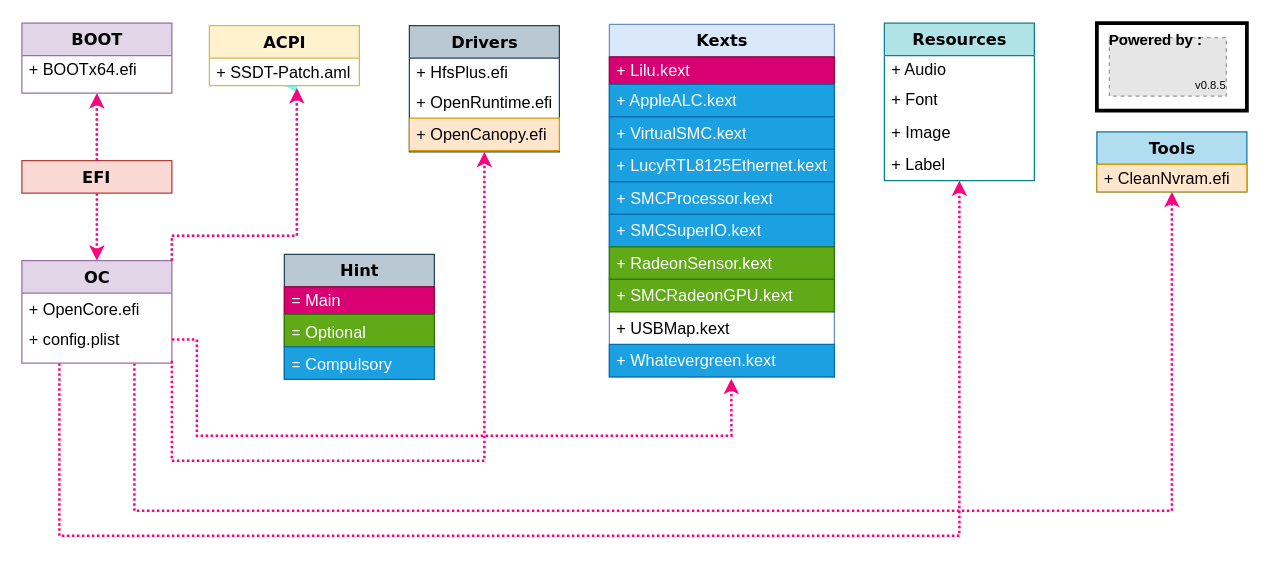
Earlier version of the draw.io diagram OpenCore.drawio (iamyounix/msimagb460_tomahawk). Source tidied: cells renumbered, new cells numbered last; positions are measured from the earlier drawing's top-left corner, leaving out a move shared by most shapes. Both pictures are drawn from the tidied source at 125%, with x=0, y=0 at pixel (21, 21). Pictures stored in the file or linked from it are replaced by grey dashed boxes.
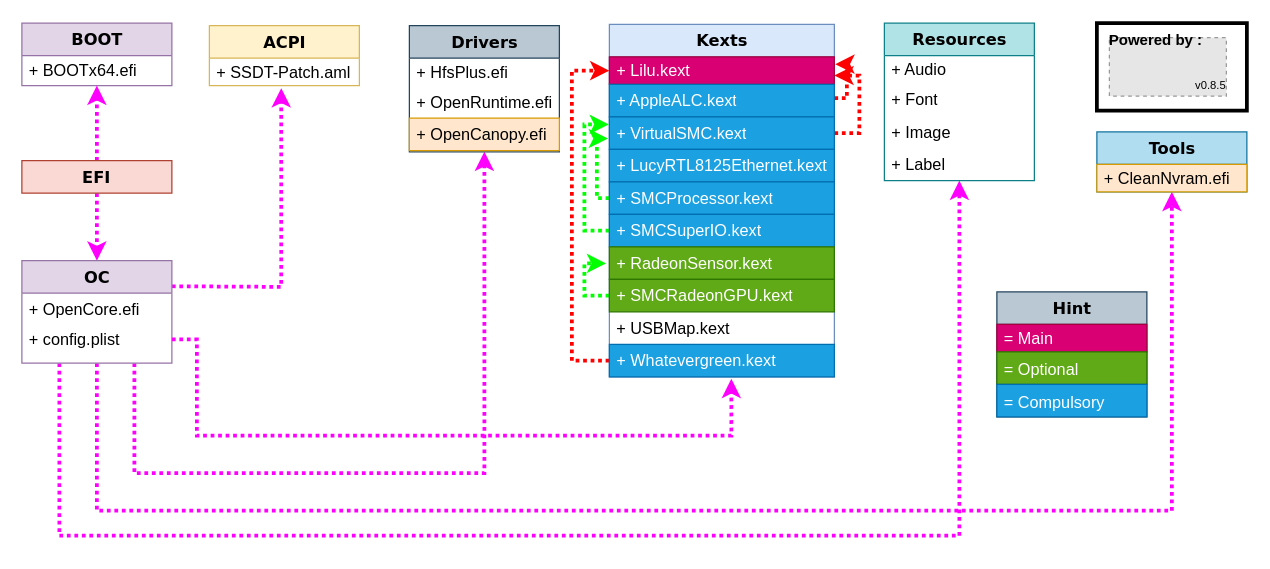
After the change.

Unchanged cells that the change refers to:
```xml
<mxCell id="8" value="OC" style="swimlane;html=1;fontStyle=1;align=center;verticalAlign=middle;horizontal=1;startSize=26;swimlaneFillColor=#ffffff;rounded=0;shadow=0;comic=0;labelBackgroundColor=none;strokeWidth=1;fillColor=#e1d5e7;fontFamily=Verdana;fontSize=13;strokeColor=#9673a6;" parent="1" vertex="1">
  <mxGeometry y="191" width="120" height="82" as="geometry" />
</mxCell>
<mxCell id="10" value="+ config.plist" style="text;html=1;strokeColor=none;fillColor=none;align=left;verticalAlign=middle;spacingLeft=4;spacingRight=4;whiteSpace=wrap;overflow=hidden;points=[[0,0.5],[1,0.5]];portConstraint=eastwest;fontSize=13;" parent="8" vertex="1">
  <mxGeometry y="52" width="120" height="22" as="geometry" />
</mxCell>
<mxCell id="13" value="&lt;span style=&quot;font-family: Verdana; font-weight: 700; font-size: 13px;&quot;&gt;EFI&lt;/span&gt;" style="rounded=0;whiteSpace=wrap;html=1;fillColor=#fad9d5;strokeColor=#ae4132;fontSize=13;verticalAlign=middle;" parent="1" vertex="1">
  <mxGeometry y="111" width="120" height="26" as="geometry" />
</mxCell>
<mxCell id="14" value="ACPI" style="swimlane;html=1;fontStyle=1;align=center;verticalAlign=middle;horizontal=1;startSize=26;swimlaneFillColor=#ffffff;rounded=0;shadow=0;comic=0;labelBackgroundColor=none;strokeWidth=1;fillColor=#fff2cc;fontFamily=Verdana;fontSize=13;strokeColor=#d6b656;" parent="1" vertex="1">
  <mxGeometry x="150" y="3" width="120" height="48" as="geometry" />
</mxCell>
<mxCell id="15" value="+ SSDT-Patch.aml" style="text;html=1;strokeColor=none;fillColor=none;align=left;verticalAlign=middle;spacingLeft=4;spacingRight=4;whiteSpace=wrap;overflow=hidden;points=[[0,0.5],[1,0.5]];portConstraint=eastwest;fontSize=13;" parent="14" vertex="1">
  <mxGeometry y="26" width="120" height="22" as="geometry" />
</mxCell>
<mxCell id="16" value="Drivers" style="swimlane;html=1;fontStyle=1;align=center;verticalAlign=middle;horizontal=1;startSize=26;swimlaneFillColor=#ffffff;rounded=0;shadow=0;comic=0;labelBackgroundColor=none;strokeWidth=1;fillColor=#bac8d3;fontFamily=Verdana;fontSize=13;strokeColor=#23445d;" parent="1" vertex="1">
  <mxGeometry x="310" y="3" width="120" height="101" as="geometry" />
</mxCell>
<mxCell id="19" value="+ OpenCanopy.efi" style="text;html=1;strokeColor=#d79b00;fillColor=#ffe6cc;align=left;verticalAlign=middle;spacingLeft=4;spacingRight=4;whiteSpace=wrap;overflow=hidden;points=[[0,0.5],[1,0.5]];portConstraint=eastwest;fontSize=13;" parent="16" vertex="1">
  <mxGeometry y="74" width="120" height="26" as="geometry" />
</mxCell>
<mxCell id="20" value="Kexts" style="swimlane;html=1;fontStyle=1;align=center;verticalAlign=middle;horizontal=1;startSize=26;swimlaneFillColor=#ffffff;rounded=0;shadow=0;comic=0;labelBackgroundColor=none;strokeWidth=1;fillColor=#dae8fc;fontFamily=Verdana;fontSize=13;strokeColor=#6c8ebf;" parent="1" vertex="1">
  <mxGeometry x="470" y="2" width="180" height="282" as="geometry" />
</mxCell>
<mxCell id="21" value="+ Lilu.kext" style="text;html=1;strokeColor=#A50040;fillColor=#d80073;align=left;verticalAlign=middle;spacingLeft=4;spacingRight=4;whiteSpace=wrap;overflow=hidden;points=[[0,0.5],[1,0.5]];portConstraint=eastwest;fontSize=13;fontColor=#ffffff;" parent="20" vertex="1">
  <mxGeometry y="26" width="180" height="22" as="geometry" />
</mxCell>
<mxCell id="22" value="+ AppleALC.kext" style="text;html=1;strokeColor=#006EAF;fillColor=#1ba1e2;align=left;verticalAlign=middle;spacingLeft=4;spacingRight=4;whiteSpace=wrap;overflow=hidden;points=[[0,0.5],[1,0.5]];portConstraint=eastwest;fontSize=13;fontColor=#ffffff;" parent="20" vertex="1">
  <mxGeometry y="48" width="180" height="26" as="geometry" />
</mxCell>
<mxCell id="23" value="+ VirtualSMC.kext" style="text;html=1;strokeColor=#006EAF;fillColor=#1ba1e2;align=left;verticalAlign=middle;spacingLeft=4;spacingRight=4;whiteSpace=wrap;overflow=hidden;points=[[0,0.5],[1,0.5]];portConstraint=eastwest;fontSize=13;fontColor=#ffffff;" parent="20" vertex="1">
  <mxGeometry y="74" width="180" height="26" as="geometry" />
</mxCell>
<mxCell id="25" value="+ SMCProcessor.kext" style="text;html=1;strokeColor=#006EAF;fillColor=#1ba1e2;align=left;verticalAlign=middle;spacingLeft=4;spacingRight=4;whiteSpace=wrap;overflow=hidden;points=[[0,0.5],[1,0.5]];portConstraint=eastwest;fontSize=13;fontColor=#ffffff;" parent="20" vertex="1">
  <mxGeometry y="126" width="180" height="26" as="geometry" />
</mxCell>
<mxCell id="26" value="+ SMCSuperIO.kext" style="text;html=1;strokeColor=#006EAF;fillColor=#1ba1e2;align=left;verticalAlign=middle;spacingLeft=4;spacingRight=4;whiteSpace=wrap;overflow=hidden;points=[[0,0.5],[1,0.5]];portConstraint=eastwest;fontSize=13;fontColor=#ffffff;" parent="20" vertex="1">
  <mxGeometry y="152" width="180" height="26" as="geometry" />
</mxCell>
<mxCell id="27" value="+ RadeonSensor.kext" style="text;html=1;strokeColor=#2D7600;fillColor=#60a917;align=left;verticalAlign=middle;spacingLeft=4;spacingRight=4;whiteSpace=wrap;overflow=hidden;points=[[0,0.5],[1,0.5]];portConstraint=eastwest;fontSize=13;fontColor=#ffffff;" parent="20" vertex="1">
  <mxGeometry y="178" width="180" height="26" as="geometry" />
</mxCell>
<mxCell id="28" value="+ SMCRadeonGPU.kext" style="text;html=1;strokeColor=#2D7600;fillColor=#60a917;align=left;verticalAlign=middle;spacingLeft=4;spacingRight=4;whiteSpace=wrap;overflow=hidden;points=[[0,0.5],[1,0.5]];portConstraint=eastwest;fontSize=13;fontColor=#ffffff;" parent="20" vertex="1">
  <mxGeometry y="204" width="180" height="26" as="geometry" />
</mxCell>
<mxCell id="30" value="+ Whatevergreen.kext" style="text;html=1;strokeColor=#006EAF;fillColor=#1ba1e2;align=left;verticalAlign=middle;spacingLeft=4;spacingRight=4;whiteSpace=wrap;overflow=hidden;points=[[0,0.5],[1,0.5]];portConstraint=eastwest;fontSize=13;fontColor=#ffffff;" parent="20" vertex="1">
  <mxGeometry y="256" width="180" height="26" as="geometry" />
</mxCell>
<mxCell id="36" value="Tools" style="swimlane;html=1;fontStyle=1;align=center;verticalAlign=middle;horizontal=1;startSize=26;swimlaneFillColor=#ffffff;rounded=0;shadow=0;comic=0;labelBackgroundColor=none;strokeWidth=1;fillColor=#b1ddf0;fontFamily=Verdana;fontSize=13;strokeColor=#10739e;" parent="1" vertex="1">
  <mxGeometry x="860" y="88" width="120" height="48" as="geometry" />
</mxCell>
```

What changed in the source:
```diff
@@
-    <mxCell id="3" style="edgeStyle=orthogonalEdgeStyle;rounded=0;jettySize=auto;html=1;exitX=0.5;exitY=1;exitDx=0;exitDy=0;entryX=0.5;entryY=0;entryDx=0;entryDy=0;fontSize=13;strokeWidth=2;strokeColor=#FF0080;dashed=1;dashPattern=1 1;" parent="1" edge="1" source="13" target="8">
+    <mxCell id="3" style="edgeStyle=orthogonalEdgeStyle;rounded=0;jettySize=auto;html=1;exitX=0.5;exitY=1;exitDx=0;exitDy=0;entryX=0.5;entryY=0;entryDx=0;entryDy=0;fontSize=13;strokeWidth=3;strokeColor=#FF00FF;dashed=1;dashPattern=1 1;" parent="1" edge="1" source="13" target="8">
       <mxGeometry relative="1" as="geometry" />
     </mxCell>
-    <mxCell id="4" style="edgeStyle=orthogonalEdgeStyle;rounded=0;jettySize=auto;html=1;exitX=0.5;exitY=0;exitDx=0;exitDy=0;entryX=0.5;entryY=1;entryDx=0;entryDy=0;fontSize=13;strokeWidth=2;strokeColor=#66FFFF;dashed=1;dashPattern=1 1;" parent="1" edge="1" source="13" target="11">
-      <mxGeometry relative="1" as="geometry" />
-    </mxCell>
-    <mxCell id="5" style="edgeStyle=orthogonalEdgeStyle;rounded=0;jettySize=auto;html=1;exitX=1;exitY=0;exitDx=0;exitDy=0;entryX=0.5;entryY=1;entryDx=0;entryDy=0;strokeColor=#66FFFF;strokeWidth=2;dashed=1;dashPattern=1 1;" parent="1" edge="1" source="8" target="14">
-      <mxGeometry relative="1" as="geometry">
-        <Array as="points">
-          <mxPoint x="120" y="171" />
-          <mxPoint x="220" y="171" />
-        </Array>
-      </mxGeometry>
-    </mxCell>
-    <mxCell id="6" style="edgeStyle=orthogonalEdgeStyle;rounded=0;jettySize=auto;html=1;exitX=0.25;exitY=1;exitDx=0;exitDy=0;strokeColor=#FF0080;strokeWidth=2;dashed=1;dashPattern=1 1;" parent="1" edge="1" source="8">
+    <mxCell id="6" style="edgeStyle=orthogonalEdgeStyle;rounded=0;jettySize=auto;html=1;exitX=0.25;exitY=1;exitDx=0;exitDy=0;strokeColor=#FF00FF;strokeWidth=3;dashed=1;dashPattern=1 1;" parent="1" edge="1" source="8">
       <mxGeometry relative="1" as="geometry">
         <mxPoint x="750" y="127" as="targetPoint" />
         <Array as="points">
           <mxPoint x="30" y="411" />
           <mxPoint x="750" y="411" />
           <mxPoint x="750" y="127" />
         </Array>
       </mxGeometry>
     </mxCell>
-    <mxCell id="7" style="edgeStyle=orthogonalEdgeStyle;rounded=0;jettySize=auto;html=1;exitX=0.75;exitY=1;exitDx=0;exitDy=0;entryX=0.5;entryY=1;entryDx=0;entryDy=0;strokeColor=#FF0080;strokeWidth=2;dashed=1;dashPattern=1 1;" parent="1" edge="1" source="8" target="36">
+    <mxCell id="7" style="edgeStyle=orthogonalEdgeStyle;rounded=0;jettySize=auto;html=1;exitX=0.5;exitY=1;exitDx=0;exitDy=0;entryX=0.5;entryY=1;entryDx=0;entryDy=0;strokeColor=#FF00FF;strokeWidth=3;dashed=1;dashPattern=1 1;" parent="1" edge="1" source="8" target="36">
       <mxGeometry relative="1" as="geometry">
         <Array as="points">
-          <mxPoint x="90" y="391" />
+          <mxPoint x="60" y="391" />
           <mxPoint x="920" y="391" />
         </Array>
       </mxGeometry>
     </mxCell>
+    <mxCell id="49" style="edgeStyle=elbowEdgeStyle;rounded=0;jettySize=auto;elbow=vertical;html=1;exitX=0.75;exitY=1;exitDx=0;exitDy=0;entryX=0.5;entryY=1.032;entryDx=0;entryDy=0;entryPerimeter=0;strokeColor=#FF00FF;strokeWidth=3;fontSize=9;dashed=1;dashPattern=1 1;" parent="1" edge="1" source="8" target="19">
+      <mxGeometry relative="1" as="geometry">
+        <Array as="points">
+          <mxPoint x="210" y="361" />
+        </Array>
+      </mxGeometry>
+    </mxCell>
+    <mxCell id="50" style="edgeStyle=elbowEdgeStyle;rounded=0;jettySize=auto;elbow=vertical;html=1;exitX=1;exitY=0.25;exitDx=0;exitDy=0;entryX=0.479;entryY=1.091;entryDx=0;entryDy=0;entryPerimeter=0;dashed=1;dashPattern=1 1;strokeColor=#FF00FF;strokeWidth=3;fontSize=9;" parent="1" edge="1" source="8" target="15">
+      <mxGeometry relative="1" as="geometry">
+        <Array as="points">
+          <mxPoint x="170" y="212" />
+        </Array>
+      </mxGeometry>
+    </mxCell>
@@
     <mxCell id="11" value="BOOT" style="swimlane;html=1;fontStyle=1;align=center;verticalAlign=middle;horizontal=1;startSize=26;swimlaneFillColor=#ffffff;rounded=0;shadow=0;comic=0;labelBackgroundColor=none;strokeWidth=1;fillColor=#e1d5e7;fontFamily=Verdana;fontSize=13;strokeColor=#9673a6;" parent="1" vertex="1">
-      <mxGeometry y="1" width="120" height="56" as="geometry" />
+      <mxGeometry y="1" width="120" height="50" as="geometry" />
     </mxCell>
     <mxCell id="12" value="+ BOOTx64.efi" style="text;html=1;strokeColor=none;fillColor=none;align=left;verticalAlign=middle;spacingLeft=4;spacingRight=4;whiteSpace=wrap;overflow=hidden;fontSize=13;" parent="11" vertex="1">
-      <mxGeometry y="26" width="120" height="22" as="geometry" />
+      <mxGeometry y="26" width="120" height="24" as="geometry" />
     </mxCell>
+    <mxCell id="4" style="edgeStyle=elbowEdgeStyle;rounded=0;jettySize=auto;elbow=vertical;html=1;exitX=0.5;exitY=0;exitDx=0;exitDy=0;entryX=0.5;entryY=1;entryDx=0;entryDy=0;dashed=1;dashPattern=1 1;strokeColor=#FF00FF;strokeWidth=3;fontSize=9;" parent="1" edge="1" source="13" target="11">
+      <mxGeometry relative="1" as="geometry" />
+    </mxCell>
@@
+    <mxCell id="51" style="edgeStyle=elbowEdgeStyle;rounded=0;jettySize=auto;elbow=vertical;html=1;entryX=1.004;entryY=0.264;entryDx=0;entryDy=0;entryPerimeter=0;dashed=1;dashPattern=1 1;strokeColor=#FF0000;strokeWidth=3;fontSize=9;" parent="20" edge="1" source="22" target="21">
+      <mxGeometry relative="1" as="geometry">
+        <Array as="points">
+          <mxPoint x="190" y="59" />
+          <mxPoint x="200" y="49" />
+        </Array>
+      </mxGeometry>
+    </mxCell>
@@
+    <mxCell id="52" style="edgeStyle=elbowEdgeStyle;rounded=0;jettySize=auto;elbow=vertical;html=1;entryX=1;entryY=0.679;entryDx=0;entryDy=0;dashed=1;dashPattern=1 1;strokeColor=#FF0000;strokeWidth=3;fontSize=9;entryPerimeter=0;" parent="20" edge="1" source="23" target="21">
+      <mxGeometry relative="1" as="geometry">
+        <Array as="points">
+          <mxPoint x="200" y="59" />
+        </Array>
+      </mxGeometry>
+    </mxCell>
@@
+    <mxCell id="53" style="edgeStyle=elbowEdgeStyle;rounded=0;jettySize=auto;elbow=vertical;html=1;entryX=-0.006;entryY=0.667;entryDx=0;entryDy=0;dashed=1;dashPattern=1 1;strokeColor=#00FF00;strokeWidth=3;fontSize=9;entryPerimeter=0;" parent="20" edge="1" source="25" target="23">
+      <mxGeometry relative="1" as="geometry">
+        <Array as="points">
+          <mxPoint x="-10" y="119" />
+        </Array>
+      </mxGeometry>
+    </mxCell>
@@
+    <mxCell id="54" style="edgeStyle=elbowEdgeStyle;rounded=0;jettySize=auto;elbow=vertical;html=1;entryX=-0.002;entryY=0.231;entryDx=0;entryDy=0;dashed=1;dashPattern=1 1;strokeColor=#00FF00;strokeWidth=3;fontSize=9;entryPerimeter=0;" parent="20" edge="1" source="26" target="23">
+      <mxGeometry relative="1" as="geometry">
+        <Array as="points">
+          <mxPoint x="-20" y="139" />
+        </Array>
+      </mxGeometry>
+    </mxCell>
@@
+    <mxCell id="55" style="edgeStyle=elbowEdgeStyle;rounded=0;jettySize=auto;elbow=vertical;html=1;entryX=-0.014;entryY=0.508;entryDx=0;entryDy=0;entryPerimeter=0;dashed=1;dashPattern=1 1;strokeColor=#00FF00;strokeWidth=3;fontSize=9;exitX=0;exitY=0.5;exitDx=0;exitDy=0;" parent="20" edge="1" source="28" target="27">
+      <mxGeometry relative="1" as="geometry">
+        <Array as="points">
+          <mxPoint x="-20" y="209" />
+        </Array>
+      </mxGeometry>
+    </mxCell>
@@
+    <mxCell id="56" style="edgeStyle=elbowEdgeStyle;rounded=0;jettySize=auto;elbow=vertical;html=1;entryX=0;entryY=0.5;entryDx=0;entryDy=0;dashed=1;dashPattern=1 1;strokeColor=#FF0000;strokeWidth=3;fontSize=9;" parent="20" edge="1" source="30" target="21">
+      <mxGeometry relative="1" as="geometry">
+        <Array as="points">
+          <mxPoint x="-30" y="179" />
+        </Array>
+      </mxGeometry>
+    </mxCell>
@@
-    <mxCell id="39" style="edgeStyle=orthogonalEdgeStyle;rounded=0;jettySize=auto;html=1;entryX=0.5;entryY=1;entryDx=0;entryDy=0;strokeColor=#FF0080;strokeWidth=2;dashed=1;dashPattern=1 1;" parent="1" edge="1" target="16">
-      <mxGeometry relative="1" as="geometry">
-        <mxPoint x="120" y="271" as="sourcePoint" />
-        <Array as="points">
-          <mxPoint x="120" y="351" />
-          <mxPoint x="370" y="351" />
-        </Array>
-      </mxGeometry>
-    </mxCell>
-    <mxCell id="40" style="edgeStyle=orthogonalEdgeStyle;rounded=0;jettySize=auto;html=1;exitX=1;exitY=0.5;exitDx=0;exitDy=0;strokeColor=#FF0080;strokeWidth=2;dashed=1;dashPattern=1 1;entryX=0.542;entryY=1.058;entryDx=0;entryDy=0;entryPerimeter=0;" parent="1" edge="1" source="10" target="30">
+    <mxCell id="40" style="edgeStyle=orthogonalEdgeStyle;rounded=0;jettySize=auto;html=1;exitX=1;exitY=0.5;exitDx=0;exitDy=0;strokeColor=#FF00FF;strokeWidth=3;entryX=0.542;entryY=1.058;entryDx=0;entryDy=0;entryPerimeter=0;dashed=1;dashPattern=1 1;" parent="1" edge="1" source="10" target="30">
       <mxGeometry relative="1" as="geometry">
         <Array as="points">
           <mxPoint x="140" y="254" />
           <mxPoint x="140" y="331" />
           <mxPoint x="568" y="331" />
         </Array>
       </mxGeometry>
     </mxCell>
@@
-    <mxCell id="42" style="edgeStyle=orthogonalEdgeStyle;rounded=0;orthogonalLoop=1;jettySize=auto;html=1;exitX=0.5;exitY=0;exitDx=0;exitDy=0;entryX=0.5;entryY=1;entryDx=0;entryDy=0;fontSize=13;strokeWidth=2;strokeColor=#FF0080;dashed=1;dashPattern=1 1;" parent="1" edge="1">
-      <mxGeometry relative="1" as="geometry">
-        <mxPoint x="60" y="111" as="sourcePoint" />
-        <mxPoint x="60" y="57" as="targetPoint" />
-      </mxGeometry>
-    </mxCell>
-    <mxCell id="43" style="edgeStyle=orthogonalEdgeStyle;rounded=0;jettySize=auto;html=1;exitX=1;exitY=0;exitDx=0;exitDy=0;entryX=0.583;entryY=1.091;entryDx=0;entryDy=0;strokeColor=#FF0080;strokeWidth=2;dashed=1;dashPattern=1 1;entryPerimeter=0;" parent="1" edge="1" target="15">
-      <mxGeometry relative="1" as="geometry">
-        <mxPoint x="120" y="191" as="sourcePoint" />
-        <Array as="points">
-          <mxPoint x="120" y="171" />
-          <mxPoint x="220" y="171" />
-        </Array>
-      </mxGeometry>
-    </mxCell>
@@
     <mxCell id="45" value="Hint" style="swimlane;html=1;fontStyle=1;align=center;verticalAlign=middle;horizontal=1;startSize=26;swimlaneFillColor=#ffffff;rounded=0;shadow=0;comic=0;labelBackgroundColor=none;strokeWidth=1;fillColor=#bac8d3;fontFamily=Verdana;fontSize=13;strokeColor=#23445d;" parent="1" vertex="1">
-      <mxGeometry x="210" y="186" width="120" height="100" as="geometry" />
+      <mxGeometry x="780" y="216" width="120" height="100" as="geometry" />
     </mxCell>
```
